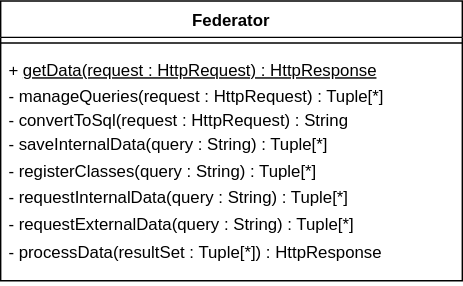
The draw.io diagram Storage/TeamOneFiles/federator_class_diagram.drawio.svg in MckennahPalmer/CSE430, before a commit. Source tidied: cells renumbered, new cells last; positions are measured from the earlier drawing's top-left corner, leaving out a move shared by most shapes.
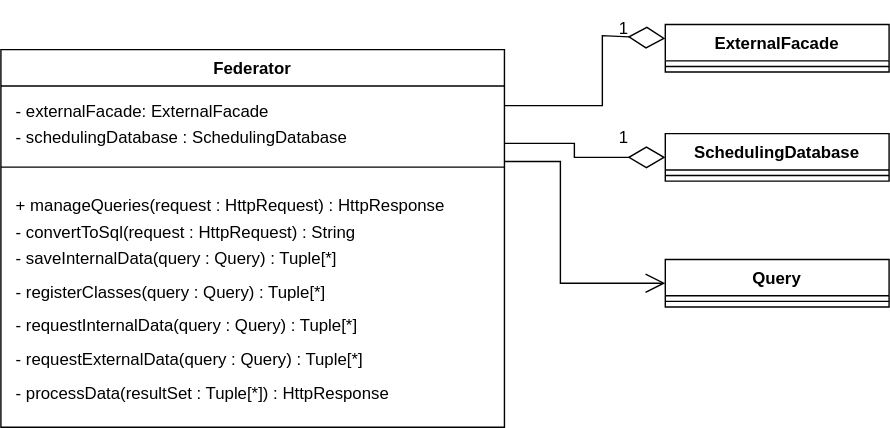
After the commit.

What changed in the source:
```diff
@@ -3,13 +3,68 @@
     <mxCell id="0" />
     <mxCell id="1" parent="0" />
     <mxCell id="2" value="Federator" style="swimlane;fontStyle=1;align=center;verticalAlign=top;horizontal=1;startSize=26;whiteSpace=wrap;html=1;" parent="1" vertex="1">
-      <mxGeometry width="330" height="200" as="geometry" />
+      <mxGeometry width="360" height="270" as="geometry" />
     </mxCell>
-    <mxCell id="3" style="line;strokeWidth=1;fillColor=none;align=left;verticalAlign=middle;spacingTop=-1;spacingLeft=3;spacingRight=3;labelPosition=right;strokeColor=inherit;" parent="2" vertex="1">
-      <mxGeometry y="26" width="330" height="8" as="geometry" />
-    </mxCell>
+    <mxCell id="5" value="- externalFacade: ExternalFacade&lt;div style=&quot;line-height: 190%;&quot;&gt;- schedulingDatabase : SchedulingDatabase&lt;/div&gt;" style="text;strokeColor=none;fillColor=none;align=left;verticalAlign=top;spacingLeft=4;spacingRight=4;overflow=hidden;whiteSpace=wrap;html=1;spacing=7;" parent="2" vertex="1">
+      <mxGeometry y="26" width="360" height="54" as="geometry" />
+    </mxCell>
+    <mxCell id="6" style="line;strokeWidth=1;fillColor=none;align=left;verticalAlign=middle;spacingTop=-1;spacingLeft=3;spacingRight=3;labelPosition=right;strokeColor=inherit;" parent="2" vertex="1">
+      <mxGeometry y="80" width="360" height="8" as="geometry" />
+    </mxCell>
-    <mxCell id="4" value="&lt;div style=&quot;line-height: 160%;&quot;&gt;+ &lt;u&gt;getData(request : HttpRequest) : HttpResponse&lt;/u&gt;&lt;/div&gt;&lt;div style=&quot;line-height: 160%;&quot;&gt;- manageQueries(request : HttpRequest) : Tuple[*]&lt;/div&gt;- convertToSql(request : HttpRequest) : String&lt;div style=&quot;line-height: 160%;&quot;&gt;- saveInternalData(query : String) : Tuple[*]&lt;br&gt;&lt;div style=&quot;line-height: 160%;&quot;&gt;- registerClasses(query : String) : Tuple[*]&lt;/div&gt;&lt;div style=&quot;line-height: 160%;&quot;&gt;- requestInternalData(query : String) : Tuple[*]&lt;/div&gt;&lt;div style=&quot;line-height: 160%;&quot;&gt;- requestExternalData(query : String) : Tuple[*]&lt;/div&gt;&lt;div style=&quot;line-height: 160%;&quot;&gt;- processData(resultSet : Tuple[*]) : HttpResponse&lt;/div&gt;&lt;/div&gt;" style="text;strokeColor=none;fillColor=none;align=left;verticalAlign=top;spacingLeft=4;spacingRight=4;overflow=hidden;whiteSpace=wrap;html=1;" parent="2" vertex="1">
-      <mxGeometry y="34" width="330" height="166" as="geometry" />
+    <mxCell id="4" value="&lt;div style=&quot;line-height: 200%;&quot;&gt;&lt;span style=&quot;background-color: initial;&quot;&gt;+ manageQueries(request : HttpRequest) : HttpResponse&lt;/span&gt;&lt;br&gt;&lt;/div&gt;- convertToSql(request : HttpRequest) : String&lt;div style=&quot;line-height: 200%;&quot;&gt;- saveInternalData(query : Query) : Tuple[*]&lt;br&gt;&lt;div style=&quot;line-height: 200%;&quot;&gt;- registerClasses(query : Query) : Tuple[*]&lt;/div&gt;&lt;div style=&quot;line-height: 200%;&quot;&gt;- requestInternalData(query : Query) : Tuple[*]&lt;/div&gt;&lt;div style=&quot;line-height: 200%;&quot;&gt;- requestExternalData(query : Query) : Tuple[*]&lt;/div&gt;&lt;div style=&quot;line-height: 200%;&quot;&gt;- processData(resultSet : Tuple[*]) : HttpResponse&lt;/div&gt;&lt;/div&gt;" style="text;strokeColor=none;fillColor=none;align=left;verticalAlign=top;spacingLeft=4;spacingRight=4;overflow=hidden;whiteSpace=wrap;html=1;spacingTop=0;spacingBottom=0;spacing=7;" parent="2" vertex="1">
+      <mxGeometry y="88" width="360" height="182" as="geometry" />
     </mxCell>
+    <mxCell id="7" value="ExternalFacade" style="swimlane;fontStyle=1;align=center;verticalAlign=top;horizontal=1;startSize=26;whiteSpace=wrap;html=1;" parent="1" vertex="1">
+      <mxGeometry x="475" y="-18" width="160" height="34" as="geometry" />
+    </mxCell>
+    <mxCell id="8" style="line;strokeWidth=1;fillColor=none;align=left;verticalAlign=middle;spacingTop=-1;spacingLeft=3;spacingRight=3;labelPosition=right;strokeColor=inherit;" parent="7" vertex="1">
+      <mxGeometry y="26" width="160" height="8" as="geometry" />
+    </mxCell>
+    <mxCell id="9" style="endArrow=diamondThin;endFill=0;endSize=24;html=1;rounded=0;entryX=0;entryY=0.5;entryDx=0;entryDy=0;" parent="1" edge="1">
+      <mxGeometry relative="1" as="geometry">
+        <mxPoint x="360" y="40" as="sourcePoint" />
+        <mxPoint x="475" y="-8" as="targetPoint" />
+        <Array as="points">
+          <mxPoint x="430" y="40" />
+          <mxPoint x="430" y="-10" />
+        </Array>
+      </mxGeometry>
+    </mxCell>
+    <mxCell id="10" value="1" style="text;html=1;align=center;verticalAlign=middle;strokeColor=none;fillColor=none;" parent="1" vertex="1">
+      <mxGeometry x="430" y="-30" width="30" height="30" as="geometry" />
+    </mxCell>
+    <mxCell id="11" value="SchedulingDatabase" style="swimlane;fontStyle=1;align=center;verticalAlign=top;horizontal=1;startSize=26;whiteSpace=wrap;html=1;" parent="1" vertex="1">
+      <mxGeometry x="475" y="60" width="160" height="34" as="geometry" />
+    </mxCell>
+    <mxCell id="12" style="line;strokeWidth=1;fillColor=none;align=left;verticalAlign=middle;spacingTop=-1;spacingLeft=3;spacingRight=3;labelPosition=right;strokeColor=inherit;" parent="11" vertex="1">
+      <mxGeometry y="26" width="160" height="8" as="geometry" />
+    </mxCell>
+    <mxCell id="13" style="endArrow=diamondThin;endFill=0;endSize=24;html=1;rounded=0;entryX=0;entryY=0.5;entryDx=0;entryDy=0;" parent="1" edge="1" target="11">
+      <mxGeometry relative="1" as="geometry">
+        <mxPoint x="360" y="67" as="sourcePoint" />
+        <Array as="points">
+          <mxPoint x="410" y="67" />
+          <mxPoint x="410" y="77" />
+        </Array>
+      </mxGeometry>
+    </mxCell>
+    <mxCell id="14" value="1" style="text;html=1;align=center;verticalAlign=middle;strokeColor=none;fillColor=none;" parent="1" vertex="1">
+      <mxGeometry x="430" y="48" width="30" height="30" as="geometry" />
+    </mxCell>
+    <mxCell id="15" value="Query" style="swimlane;fontStyle=1;align=center;verticalAlign=top;horizontal=1;startSize=26;whiteSpace=wrap;html=1;" parent="1" vertex="1">
+      <mxGeometry x="475" y="150" width="160" height="34" as="geometry" />
+    </mxCell>
+    <mxCell id="16" style="line;strokeWidth=1;fillColor=none;align=left;verticalAlign=middle;spacingTop=-1;spacingLeft=3;spacingRight=3;labelPosition=right;strokeColor=inherit;" parent="15" vertex="1">
+      <mxGeometry y="26" width="160" height="8" as="geometry" />
+    </mxCell>
+    <mxCell id="17" style="endArrow=open;endFill=1;endSize=12;html=1;rounded=0;entryX=0;entryY=0.5;entryDx=0;entryDy=0;" parent="1" edge="1" target="15">
+      <mxGeometry relative="1" as="geometry">
+        <mxPoint x="360" y="80" as="sourcePoint" />
+        <Array as="points">
+          <mxPoint x="400" y="80" />
+          <mxPoint x="400" y="167" />
+        </Array>
+      </mxGeometry>
+    </mxCell>
   </root>
 </mxGraphModel>
```
